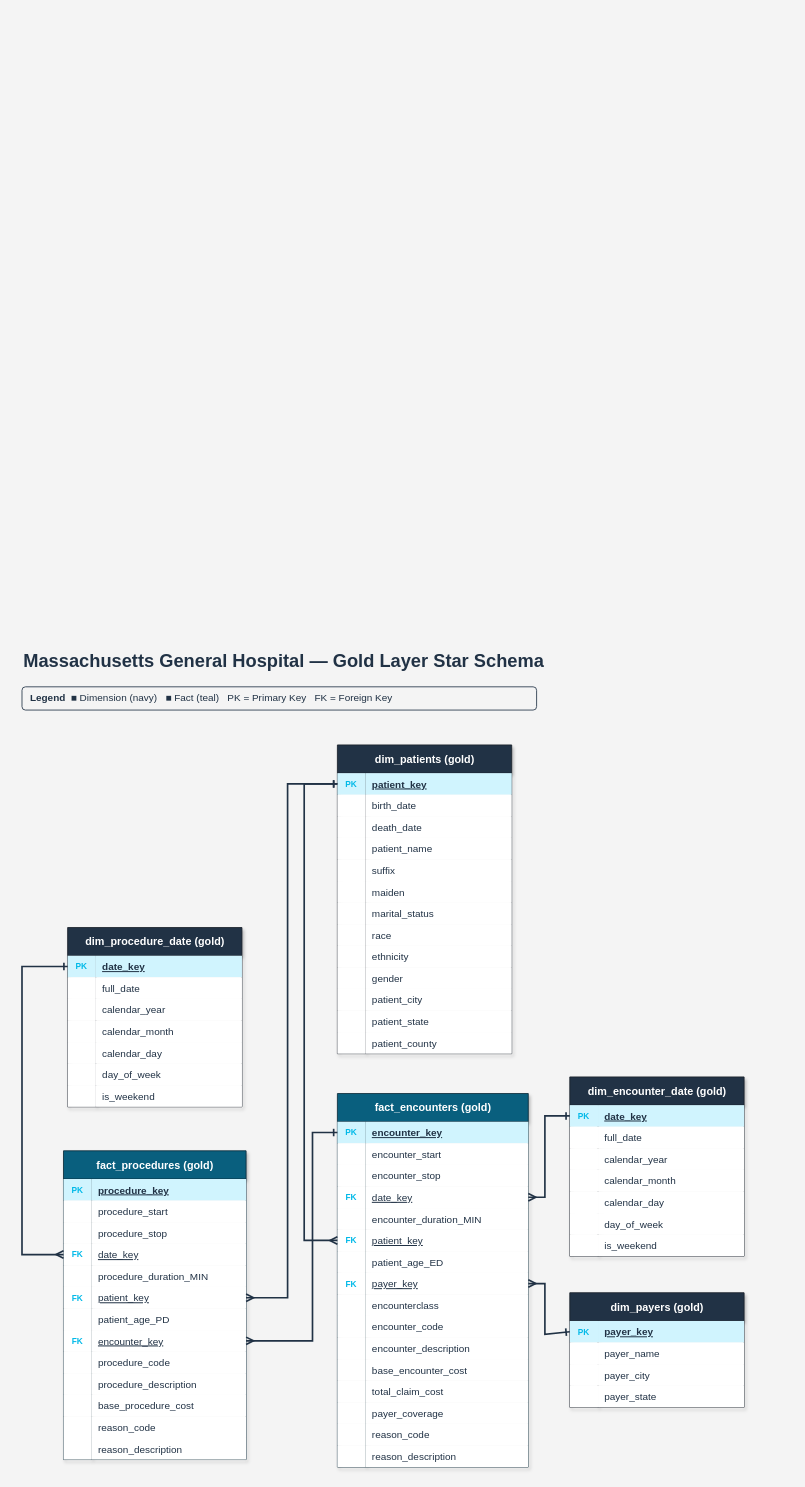
Before: Diagrams/gold schema.drawio in A-Nasr-Sleam/Massachussets_General_Hospital_Project, a draw.io diagram. Source tidied: cells renumbered, new cells numbered last; positions are measured from the earlier drawing's top-left corner, leaving out a move shared by most shapes. Both pictures are drawn from the tidied source at 83%, with x=0, y=0 at pixel (22, 645).
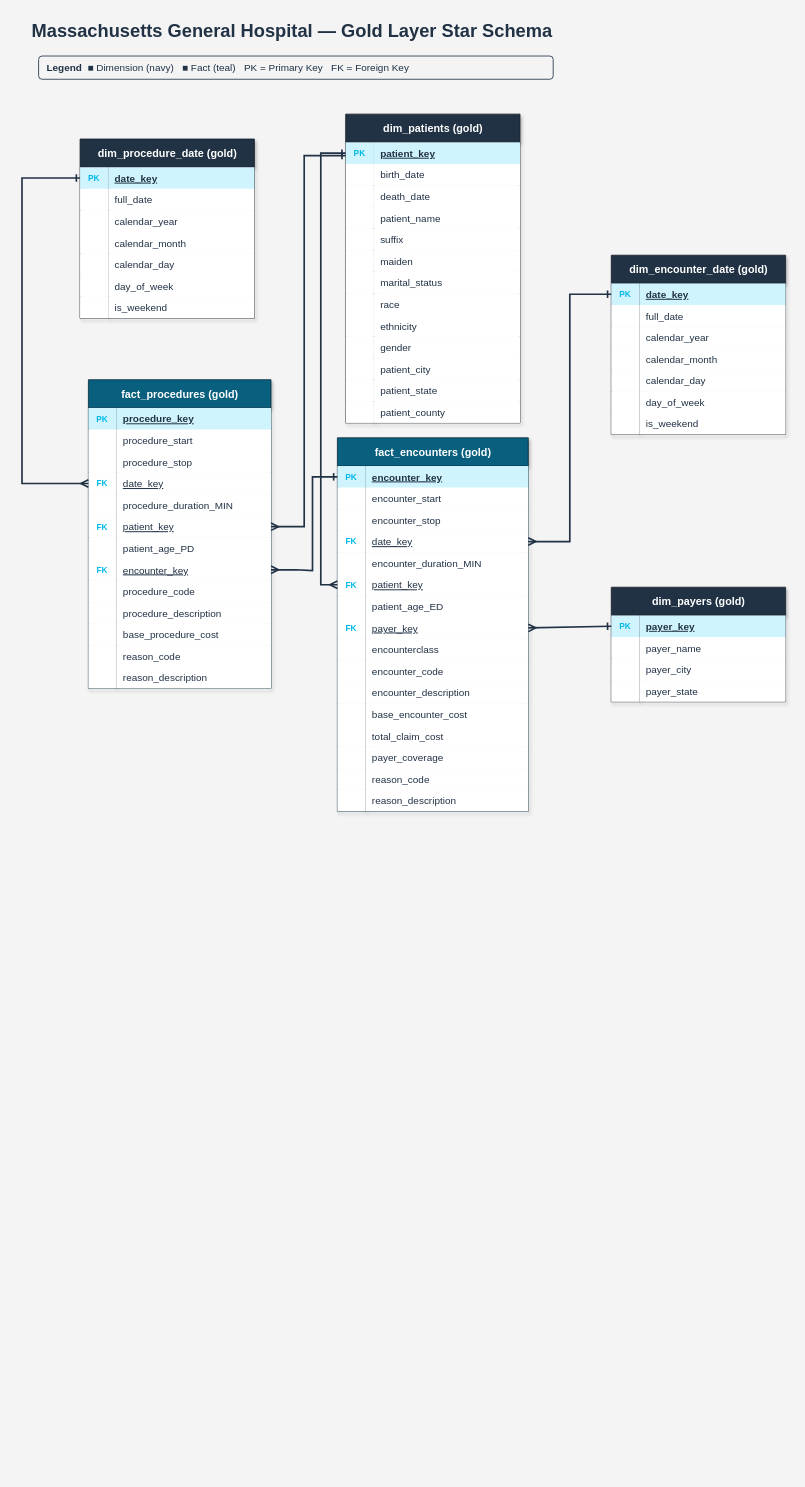
The same page after the edit.

The change refers to these unchanged cells:
```xml
<mxCell id="3" style="shape=tableRow;horizontal=0;startSize=0;swimlaneHead=0;swimlaneBody=0;strokeColor=#19202a;fillColor=none;points=[[0,0.5],[1,0.5]];portConstraint=eastwest;top=0;left=0;right=0;bottom=0;" parent="2" vertex="1">
  <mxGeometry y="34" width="210" height="26" as="geometry" />
</mxCell>
<mxCell id="43" style="shape=tableRow;horizontal=0;startSize=0;swimlaneHead=0;swimlaneBody=0;strokeColor=#19202a;fillColor=none;points=[[0,0.5],[1,0.5]];portConstraint=eastwest;top=0;left=0;right=0;bottom=0;" parent="42" vertex="1">
  <mxGeometry y="34" width="210" height="26" as="geometry" />
</mxCell>
<mxCell id="65" style="shape=tableRow;horizontal=0;startSize=0;swimlaneHead=0;swimlaneBody=0;strokeColor=#19202a;fillColor=none;points=[[0,0.5],[1,0.5]];portConstraint=eastwest;top=0;left=0;right=0;bottom=0;" parent="64" vertex="1">
  <mxGeometry y="34" width="210" height="26" as="geometry" />
</mxCell>
<mxCell id="87" style="shape=tableRow;horizontal=0;startSize=0;swimlaneHead=0;swimlaneBody=0;strokeColor=#19202a;fillColor=none;points=[[0,0.5],[1,0.5]];portConstraint=eastwest;top=0;left=0;right=0;bottom=0;" parent="86" vertex="1">
  <mxGeometry y="34" width="210" height="26" as="geometry" />
</mxCell>
<mxCell id="109" style="shape=tableRow;horizontal=0;startSize=0;swimlaneHead=0;swimlaneBody=0;strokeColor=#0d2b39;fillColor=none;points=[[0,0.5],[1,0.5]];portConstraint=eastwest;top=0;left=0;right=0;bottom=0;" parent="99" vertex="1">
  <mxGeometry y="112" width="220" height="26" as="geometry" />
</mxCell>
<mxCell id="115" style="shape=tableRow;horizontal=0;startSize=0;swimlaneHead=0;swimlaneBody=0;strokeColor=#0d2b39;fillColor=none;points=[[0,0.5],[1,0.5]];portConstraint=eastwest;top=0;left=0;right=0;bottom=0;" parent="99" vertex="1">
  <mxGeometry y="164" width="220" height="26" as="geometry" />
</mxCell>
<mxCell id="121" style="shape=tableRow;horizontal=0;startSize=0;swimlaneHead=0;swimlaneBody=0;strokeColor=#0d2b39;fillColor=none;points=[[0,0.5],[1,0.5]];portConstraint=eastwest;top=0;left=0;right=0;bottom=0;" parent="99" vertex="1">
  <mxGeometry y="216" width="220" height="26" as="geometry" />
</mxCell>
<mxCell id="140" style="shape=tableRow;horizontal=0;startSize=0;swimlaneHead=0;swimlaneBody=0;strokeColor=#0d2b39;fillColor=none;points=[[0,0.5],[1,0.5]];portConstraint=eastwest;top=0;left=0;right=0;bottom=0;" parent="139" vertex="1">
  <mxGeometry y="34" width="230" height="26" as="geometry" />
</mxCell>
<mxCell id="149" style="shape=tableRow;horizontal=0;startSize=0;swimlaneHead=0;swimlaneBody=0;strokeColor=#0d2b39;fillColor=none;points=[[0,0.5],[1,0.5]];portConstraint=eastwest;top=0;left=0;right=0;bottom=0;" parent="139" vertex="1">
  <mxGeometry y="112" width="230" height="26" as="geometry" />
</mxCell>
<mxCell id="155" style="shape=tableRow;horizontal=0;startSize=0;swimlaneHead=0;swimlaneBody=0;strokeColor=#0d2b39;fillColor=none;points=[[0,0.5],[1,0.5]];portConstraint=eastwest;top=0;left=0;right=0;bottom=0;" parent="139" vertex="1">
  <mxGeometry y="164" width="230" height="26" as="geometry" />
</mxCell>
<mxCell id="161" style="shape=tableRow;horizontal=0;startSize=0;swimlaneHead=0;swimlaneBody=0;strokeColor=#0d2b39;fillColor=none;points=[[0,0.5],[1,0.5]];portConstraint=eastwest;top=0;left=0;right=0;bottom=0;" parent="139" vertex="1">
  <mxGeometry y="216" width="230" height="26" as="geometry" />
</mxCell>
```

Diff of the diagram source:
```diff
@@
     <mxCell id="2" value="dim_patients (gold)" style="shape=table;startSize=34;childLayout=tableLayout;rowLines=0;fontStyle=1;align=center;html=1;fillColor=#213245;strokeColor=#19202a;fontColor=#ffffff;fontSize=13;verticalAlign=middle;shadow=1;" parent="1" vertex="1">
-      <mxGeometry x="380" y="120" width="210" height="372" as="geometry" />
+      <mxGeometry x="390" y="-640" width="210" height="372" as="geometry" />
     </mxCell>
@@
     <mxCell id="42" value="dim_procedure_date (gold)" style="shape=table;startSize=34;childLayout=tableLayout;rowLines=0;fontStyle=1;align=center;html=1;fillColor=#213245;strokeColor=#19202a;fontColor=#ffffff;fontSize=13;verticalAlign=middle;shadow=1;" parent="1" vertex="1">
-      <mxGeometry x="55" y="340" width="210" height="216" as="geometry" />
+      <mxGeometry x="70" y="-610" width="210" height="216" as="geometry" />
     </mxCell>
@@
     <mxCell id="64" value="dim_encounter_date (gold)" style="shape=table;startSize=34;childLayout=tableLayout;rowLines=0;fontStyle=1;align=center;html=1;fillColor=#213245;strokeColor=#19202a;fontColor=#ffffff;fontSize=13;verticalAlign=middle;shadow=1;" parent="1" vertex="1">
-      <mxGeometry x="660" y="520" width="210" height="216" as="geometry" />
+      <mxGeometry x="710" y="-470" width="210" height="216" as="geometry" />
     </mxCell>
@@
     <mxCell id="86" value="dim_payers (gold)" style="shape=table;startSize=34;childLayout=tableLayout;rowLines=0;fontStyle=1;align=center;html=1;fillColor=#213245;strokeColor=#19202a;fontColor=#ffffff;fontSize=13;verticalAlign=middle;shadow=1;" parent="1" vertex="1">
-      <mxGeometry x="660" y="780" width="210" height="138" as="geometry" />
+      <mxGeometry x="710" y="-70" width="210" height="138" as="geometry" />
     </mxCell>
@@
     <mxCell id="99" value="fact_procedures (gold)" style="shape=table;startSize=34;childLayout=tableLayout;rowLines=0;fontStyle=1;align=center;html=1;fillColor=#095f7e;strokeColor=#0d2b39;fontColor=#ffffff;fontSize=13;verticalAlign=middle;shadow=1;" parent="1" vertex="1">
-      <mxGeometry x="50" y="609" width="220" height="372" as="geometry" />
+      <mxGeometry x="80" y="-320" width="220" height="372" as="geometry" />
     </mxCell>
@@
     <mxCell id="139" value="fact_encounters (gold)" style="shape=table;startSize=34;childLayout=tableLayout;rowLines=0;fontStyle=1;align=center;html=1;fillColor=#095f7e;strokeColor=#0d2b39;fontColor=#ffffff;fontSize=13;verticalAlign=middle;shadow=1;" parent="1" vertex="1">
-      <mxGeometry x="380" y="540" width="230" height="450" as="geometry" />
+      <mxGeometry x="380" y="-250" width="230" height="450" as="geometry" />
     </mxCell>
@@
     <mxCell id="188" style="edgeStyle=none;fontSize=12;html=1;endArrow=ERmany;startArrow=ERone;rounded=0;strokeColor=#213245;strokeWidth=2;exitX=0;exitY=0.5;exitDx=0;exitDy=0;entryX=0;entryY=0.5;entryDx=0;entryDy=0;" parent="1" edge="1" source="3" target="155">
       <mxGeometry relative="1" as="geometry">
         <Array as="points">
-          <mxPoint x="340" y="167" />
-          <mxPoint x="340" y="717" />
+          <mxPoint x="360" y="-593" />
+          <mxPoint x="360" y="-73" />
         </Array>
       </mxGeometry>
     </mxCell>
-    <mxCell id="189" style="edgeStyle=none;fontSize=12;html=1;endArrow=ERmany;startArrow=ERone;rounded=0;strokeColor=#213245;strokeWidth=2;exitX=0;exitY=0.5;exitDx=0;exitDy=0;entryX=1;entryY=0.5;entryDx=0;entryDy=0;" parent="1" edge="1" source="3" target="115">
+    <mxCell id="189" style="edgeStyle=none;fontSize=12;html=1;endArrow=ERmany;startArrow=ERone;rounded=0;strokeColor=#213245;strokeWidth=2;entryX=1;entryY=0.5;entryDx=0;entryDy=0;" parent="1" edge="1" target="115">
       <mxGeometry relative="1" as="geometry">
+        <mxPoint x="390" y="-590" as="sourcePoint" />
         <Array as="points">
-          <mxPoint x="320" y="167" />
-          <mxPoint x="320" y="786" />
+          <mxPoint x="340" y="-590" />
+          <mxPoint x="340" y="-143" />
         </Array>
       </mxGeometry>
     </mxCell>
     <mxCell id="190" style="edgeStyle=none;fontSize=12;html=1;endArrow=ERmany;startArrow=ERone;rounded=0;strokeColor=#213245;strokeWidth=2;exitX=0;exitY=0.5;exitDx=0;exitDy=0;entryX=0;entryY=0.5;entryDx=0;entryDy=0;" parent="1" edge="1" source="43" target="109">
       <mxGeometry relative="1" as="geometry">
         <Array as="points">
-          <mxPoint y="387" />
-          <mxPoint y="734" />
+          <mxPoint y="-563" />
+          <mxPoint y="-195" />
+          <mxPoint x="40" y="-195" />
         </Array>
       </mxGeometry>
     </mxCell>
     <mxCell id="191" style="edgeStyle=none;fontSize=12;html=1;endArrow=ERmany;startArrow=ERone;rounded=0;strokeColor=#213245;strokeWidth=2;exitX=0;exitY=0.5;exitDx=0;exitDy=0;entryX=1;entryY=0.5;entryDx=0;entryDy=0;" parent="1" edge="1" source="65" target="149">
       <mxGeometry relative="1" as="geometry">
         <Array as="points">
-          <mxPoint x="630" y="567" />
-          <mxPoint x="630" y="665" />
+          <mxPoint x="660" y="-423" />
+          <mxPoint x="660" y="-125" />
         </Array>
       </mxGeometry>
     </mxCell>
     <mxCell id="192" style="edgeStyle=none;fontSize=12;html=1;endArrow=ERmany;startArrow=ERone;rounded=0;strokeColor=#213245;strokeWidth=2;entryX=1;entryY=0.5;entryDx=0;entryDy=0;exitX=0;exitY=0.5;exitDx=0;exitDy=0;" parent="1" edge="1" source="87" target="161">
-      <mxGeometry relative="1" as="geometry">
-        <Array as="points">
-          <mxPoint x="630" y="830" />
-          <mxPoint x="630" y="769" />
-        </Array>
-      </mxGeometry>
+      <mxGeometry relative="1" as="geometry" />
     </mxCell>
     <mxCell id="193" style="edgeStyle=none;fontSize=12;html=1;endArrow=ERmany;startArrow=ERone;rounded=0;strokeColor=#213245;strokeWidth=2;exitX=0;exitY=0.5;exitDx=0;exitDy=0;entryX=1;entryY=0.5;entryDx=0;entryDy=0;" parent="1" edge="1" source="140" target="121">
       <mxGeometry relative="1" as="geometry">
         <Array as="points">
-          <mxPoint x="350" y="587" />
-          <mxPoint x="350" y="838" />
+          <mxPoint x="350" y="-203" />
+          <mxPoint x="350" y="-90" />
+          <mxPoint x="330" y="-91" />
         </Array>
       </mxGeometry>
     </mxCell>
     <mxCell id="194" value="Massachusetts General Hospital &amp;#8212; Gold Layer Star Schema" style="text;html=1;align=left;verticalAlign=middle;fontSize=22;fontStyle=1;fontColor=#213245;" parent="1" vertex="1">
-      <mxGeometry width="760" height="40" as="geometry" />
+      <mxGeometry x="10" y="-760" width="760" height="40" as="geometry" />
     </mxCell>
     <mxCell id="195" value="&lt;b&gt;Legend&lt;/b&gt;&amp;nbsp; &amp;#9632; Dimension (navy) &amp;nbsp; &amp;#9632; Fact (teal) &amp;nbsp; PK = Primary Key &amp;nbsp; FK = Foreign Key" style="text;html=1;align=left;verticalAlign=middle;fontSize=12;fontColor=#213245;fillColor=#f4f4f4;strokeColor=#213245;spacingLeft=8;rounded=1;" parent="1" vertex="1">
-      <mxGeometry y="50" width="620" height="28" as="geometry" />
+      <mxGeometry x="20" y="-710" width="620" height="28" as="geometry" />
     </mxCell>
```
